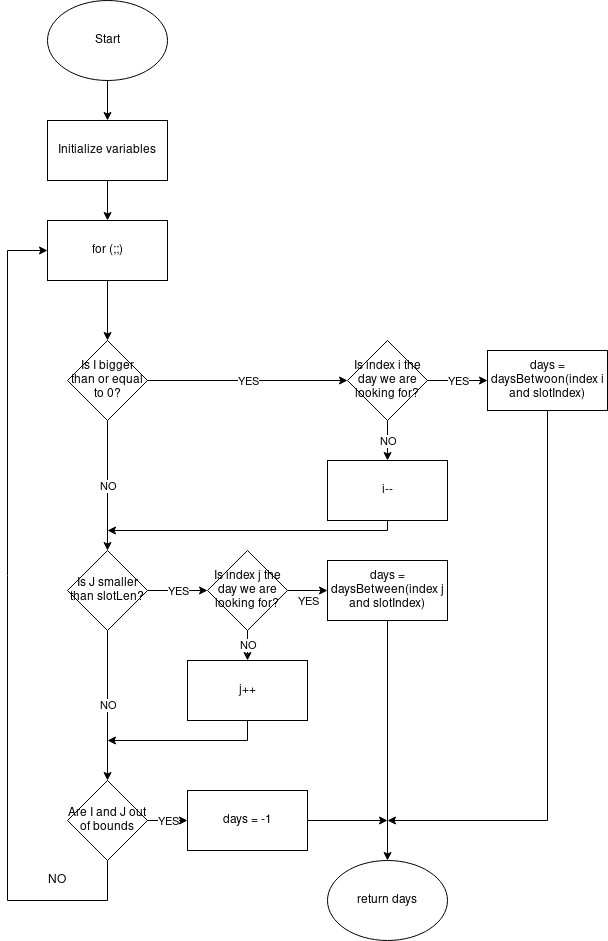
This is media/Flowcharts/nDaysTill_flow.png from BenjaminCB/P1_overleaf, a draw.io export, as it was before one commit. Source tidied: cells renumbered, new cells last; positions are measured from the earlier drawing's top-left corner, leaving out a move shared by most shapes.
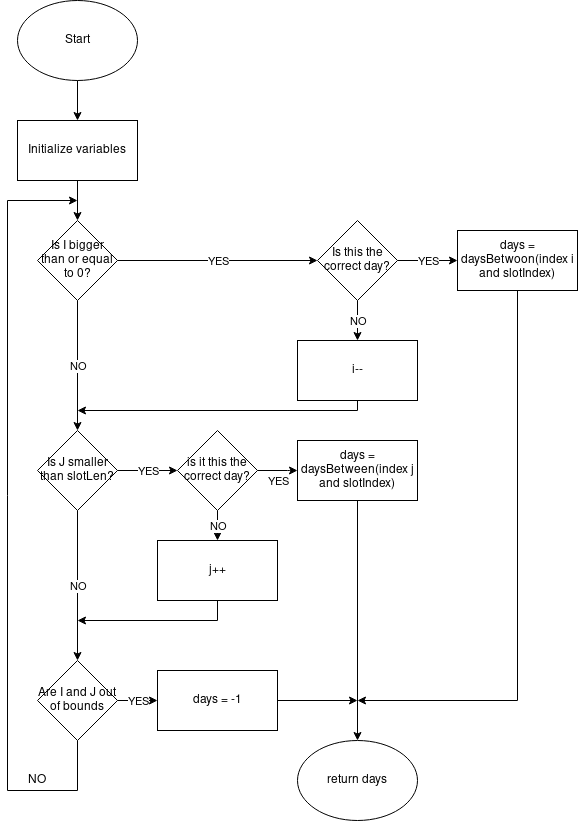
Later version of the same file.

Diff of the diagram source:
```diff
@@ -3,14 +3,11 @@
     <mxCell id="0" />
     <mxCell id="1" parent="0" />
     <mxCell id="2" value="Start" style="ellipse;whiteSpace=wrap;html=1;" parent="1" vertex="1">
-      <mxGeometry x="40" width="120" height="80" as="geometry" />
+      <mxGeometry x="40" y="120" width="120" height="80" as="geometry" />
     </mxCell>
     <mxCell id="3" value="Initialize variables" style="rounded=0;whiteSpace=wrap;html=1;" parent="1" vertex="1">
-      <mxGeometry x="40" y="120" width="120" height="60" as="geometry" />
+      <mxGeometry x="40" y="240" width="120" height="60" as="geometry" />
     </mxCell>
-    <mxCell id="4" value="for (;;)" style="rounded=0;whiteSpace=wrap;html=1;" parent="1" vertex="1">
-      <mxGeometry x="40" y="220" width="120" height="60" as="geometry" />
-    </mxCell>
     <mxCell id="5" value="Is I bigger than or equal to 0?" style="rhombus;whiteSpace=wrap;html=1;" parent="1" vertex="1">
       <mxGeometry x="60" y="340" width="80" height="80" as="geometry" />
     </mxCell>
@@ -20,27 +17,24 @@
     <mxCell id="7" value="Are I and J out of bounds" style="rhombus;whiteSpace=wrap;html=1;" parent="1" vertex="1">
       <mxGeometry x="60" y="780" width="80" height="80" as="geometry" />
     </mxCell>
-    <mxCell id="8" style="endArrow=classic;html=1;exitX=0.5;exitY=1;exitDx=0;exitDy=0;entryX=0.5;entryY=0;entryDx=0;entryDy=0;" parent="1" edge="1" source="4" target="5">
+    <mxCell id="8" style="endArrow=classic;html=1;exitX=0.5;exitY=1;exitDx=0;exitDy=0;entryX=0.5;entryY=0;entryDx=0;entryDy=0;" parent="1" edge="1" source="3" target="5">
       <mxGeometry relative="1" as="geometry" />
     </mxCell>
-    <mxCell id="9" style="endArrow=classic;html=1;exitX=0.5;exitY=1;exitDx=0;exitDy=0;entryX=0.5;entryY=0;entryDx=0;entryDy=0;" parent="1" edge="1" source="3" target="4">
-      <mxGeometry relative="1" as="geometry" />
-    </mxCell>
     <mxCell id="10" style="endArrow=classic;html=1;exitX=0.5;exitY=1;exitDx=0;exitDy=0;entryX=0.5;entryY=0;entryDx=0;entryDy=0;" parent="1" edge="1" source="2" target="3">
       <mxGeometry relative="1" as="geometry" />
     </mxCell>
-    <mxCell id="11" style="endArrow=classic;html=1;exitX=0.5;exitY=1;exitDx=0;exitDy=0;entryX=0;entryY=0.5;entryDx=0;entryDy=0;rounded=0;" parent="1" edge="1" source="7" target="4">
+    <mxCell id="11" style="endArrow=classic;html=1;exitX=0.5;exitY=1;exitDx=0;exitDy=0;rounded=0;" parent="1" edge="1" source="7">
       <mxGeometry relative="1" as="geometry">
+        <mxPoint x="100" y="320" as="targetPoint" />
         <Array as="points">
-          <mxPoint x="100" y="860" />
-          <mxPoint x="100" y="900" />
-          <mxPoint y="900" />
-          <mxPoint y="250" />
+          <mxPoint x="100" y="910" />
+          <mxPoint x="30" y="910" />
+          <mxPoint x="30" y="320" />
         </Array>
       </mxGeometry>
     </mxCell>
     <mxCell id="12" value="NO" style="text;html=1;strokeColor=none;fillColor=none;align=center;verticalAlign=middle;whiteSpace=wrap;rounded=0;" parent="1" vertex="1">
-      <mxGeometry x="30" y="870" width="40" height="20" as="geometry" />
+      <mxGeometry x="40" y="890" width="40" height="20" as="geometry" />
     </mxCell>
     <mxCell id="13" style="endArrow=classic;html=1;exitX=0.5;exitY=1;exitDx=0;exitDy=0;" parent="1" edge="1" source="6" target="7">
       <mxGeometry relative="1" as="geometry" />
@@ -54,10 +48,10 @@
     <mxCell id="16" value="NO" style="edgeLabel;html=1;align=center;verticalAlign=middle;" parent="15" vertex="1">
       <mxGeometry relative="1" as="geometry" />
     </mxCell>
-    <mxCell id="17" value="Is index i the day we are looking for?" style="rhombus;whiteSpace=wrap;html=1;" parent="1" vertex="1">
+    <mxCell id="17" value="Is this the correct day?" style="rhombus;whiteSpace=wrap;html=1;" parent="1" vertex="1">
       <mxGeometry x="340" y="340" width="80" height="80" as="geometry" />
     </mxCell>
-    <mxCell id="18" value="Is index j the day we are looking for?" style="rhombus;whiteSpace=wrap;html=1;" parent="1" vertex="1">
+    <mxCell id="18" value="is it this the correct day?" style="rhombus;whiteSpace=wrap;html=1;" parent="1" vertex="1">
       <mxGeometry x="200" y="550" width="80" height="80" as="geometry" />
     </mxCell>
     <mxCell id="19" value="i--" style="rounded=0;whiteSpace=wrap;html=1;" parent="1" vertex="1">
```
